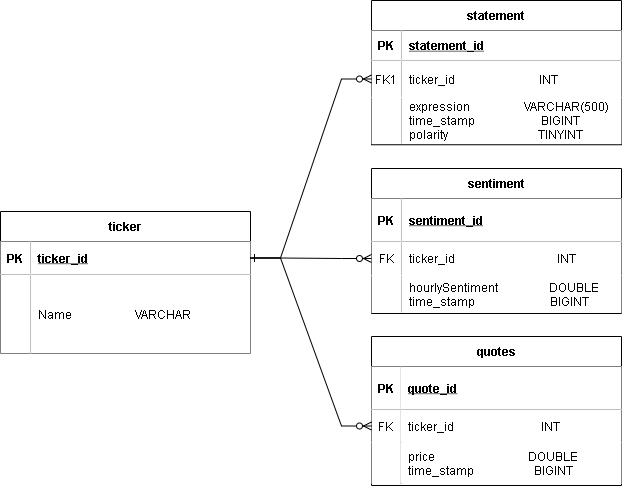
Earlier version of the draw.io export readme_resources/DB_Scheme.png (jonreesman/watch-dog). Source tidied: cells renumbered, new cells last; positions are measured from the earlier drawing's top-left corner, leaving out a move shared by most shapes.
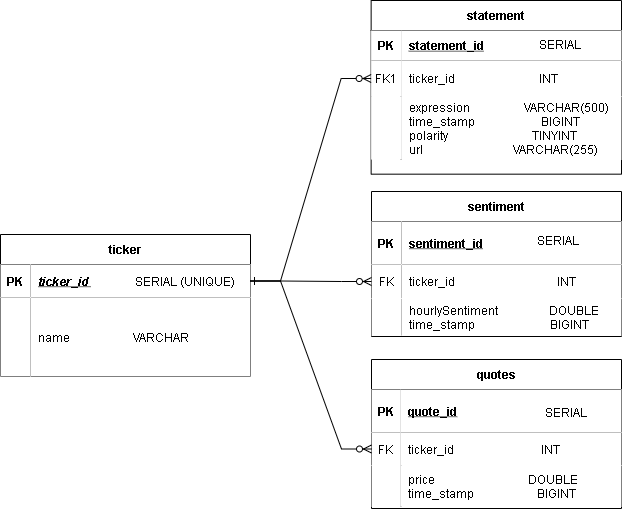
The same file after the commit.

Diff of the diagram source:
```diff
@@ -32,7 +32,7 @@
     <mxCell id="11" style="shape=partialRectangle;overflow=hidden;fillColor=default;top=0;left=0;bottom=0;right=0;hachureGap=4;" parent="10" vertex="1">
       <mxGeometry width="29.3" height="41" as="geometry" />
     </mxCell>
-    <mxCell id="12" value="price                               DOUBLE&#10;time_stamp                    BIGINT" style="shape=partialRectangle;overflow=hidden;fillColor=default;top=0;left=0;bottom=0;right=0;align=left;spacingLeft=6;hachureGap=4;" parent="10" vertex="1">
+    <mxCell id="12" value="price                               DOUBLE&#10;time_stamp                     BIGINT" style="shape=partialRectangle;overflow=hidden;fillColor=default;top=0;left=0;bottom=0;right=0;align=left;spacingLeft=6;hachureGap=4;" parent="10" vertex="1">
       <mxGeometry x="29.3" width="220.7" height="41" as="geometry" />
     </mxCell>
     <mxCell id="13" value="sentiment" style="shape=table;startSize=30;rowLines=0;fontStyle=1;align=center;hachureGap=4;" parent="2" vertex="1">
@@ -69,34 +69,34 @@
       <mxGeometry width="621" height="353" as="geometry" />
     </mxCell>
     <mxCell id="24" value="statement" style="shape=table;startSize=30;rowLines=0;fontStyle=1;align=center;hachureGap=4;" parent="23" vertex="1">
-      <mxGeometry x="371" width="250" height="144.2" as="geometry" />
+      <mxGeometry x="370.6" y="-23" width="250.4" height="173.7" as="geometry" />
     </mxCell>
     <mxCell id="25" style="shape=partialRectangle;fillColor=none;top=0;left=0;right=0;bottom=1;hachureGap=4;" parent="24" vertex="1">
-      <mxGeometry y="30" width="250" height="30" as="geometry" />
+      <mxGeometry y="30" width="250.4" height="30" as="geometry" />
     </mxCell>
     <mxCell id="26" value="PK" style="shape=partialRectangle;overflow=hidden;fillColor=default;top=0;left=0;bottom=0;right=0;fontStyle=1;hachureGap=4;" parent="25" vertex="1">
       <mxGeometry width="30" height="30" as="geometry" />
     </mxCell>
     <mxCell id="27" value="statement_id" style="shape=partialRectangle;overflow=hidden;fillColor=default;top=0;left=0;bottom=0;right=0;align=left;spacingLeft=6;fontStyle=5;hachureGap=4;" parent="25" vertex="1">
-      <mxGeometry x="30" width="220" height="30" as="geometry" />
+      <mxGeometry x="30" width="220.4" height="30" as="geometry" />
     </mxCell>
     <mxCell id="28" style="shape=partialRectangle;fillColor=none;points=[[0,0.5],[1,0.5]];portConstraint=eastwest;top=0;left=0;right=0;bottom=0;hachureGap=4;" parent="24" vertex="1">
-      <mxGeometry y="60" width="250" height="37" as="geometry" />
+      <mxGeometry y="60" width="250.4" height="36" as="geometry" />
     </mxCell>
     <mxCell id="29" value="FK1" style="shape=partialRectangle;overflow=hidden;fillColor=default;top=0;left=0;bottom=0;right=0;hachureGap=4;" parent="28" vertex="1">
-      <mxGeometry width="30" height="37" as="geometry" />
+      <mxGeometry width="30" height="36" as="geometry" />
     </mxCell>
     <mxCell id="30" value="ticker_id                            INT " style="shape=partialRectangle;overflow=hidden;fillColor=default;top=0;left=0;bottom=0;right=0;align=left;spacingLeft=6;hachureGap=4;" parent="28" vertex="1">
-      <mxGeometry x="30" width="220" height="37" as="geometry" />
+      <mxGeometry x="30" width="220.4" height="36" as="geometry" />
     </mxCell>
     <mxCell id="31" style="shape=partialRectangle;fillColor=none;top=0;left=0;right=0;bottom=0;hachureGap=4;" parent="24" vertex="1">
-      <mxGeometry y="97" width="250" height="46" as="geometry" />
+      <mxGeometry y="96" width="250.4" height="63" as="geometry" />
     </mxCell>
     <mxCell id="32" style="shape=partialRectangle;overflow=hidden;fillColor=default;top=0;left=0;bottom=0;right=0;hachureGap=4;" parent="31" vertex="1">
-      <mxGeometry width="30" height="46" as="geometry" />
+      <mxGeometry width="30" height="63" as="geometry" />
     </mxCell>
-    <mxCell id="33" value="expression                  VARCHAR(500)      &#10;time_stamp                      BIGINT       &#10;polarity                              TINYINT   " style="shape=partialRectangle;overflow=hidden;fillColor=default;top=0;left=0;bottom=0;right=0;align=left;spacingLeft=6;hachureGap=4;" parent="31" vertex="1">
-      <mxGeometry x="30" width="220" height="46" as="geometry" />
+    <mxCell id="33" value="expression                  VARCHAR(500)      &#10;time_stamp                      BIGINT       &#10;polarity                            TINYINT&#10;url                              VARCHAR(255)   " style="shape=partialRectangle;overflow=hidden;fillColor=default;top=0;left=0;bottom=0;right=0;align=left;spacingLeft=6;hachureGap=4;" parent="31" vertex="1">
+      <mxGeometry x="30" width="220.4" height="63" as="geometry" />
     </mxCell>
     <mxCell id="34" value="ticker" style="shape=table;startSize=30;rowLines=0;fontStyle=1;align=center;hachureGap=4;" parent="23" vertex="1">
       <mxGeometry y="211" width="250" height="142" as="geometry" />
@@ -107,7 +107,7 @@
     <mxCell id="36" value="PK" style="shape=partialRectangle;overflow=hidden;fillColor=default;top=0;left=0;bottom=0;right=0;fontStyle=1;hachureGap=4;" parent="35" vertex="1">
       <mxGeometry width="30" height="33" as="geometry" />
     </mxCell>
-    <mxCell id="37" value="ticker_id" style="shape=partialRectangle;overflow=hidden;fillColor=default;top=0;left=0;bottom=0;right=0;align=left;spacingLeft=6;fontStyle=5;hachureGap=4;" parent="35" vertex="1">
+    <mxCell id="37" value="ticker_id " style="shape=partialRectangle;overflow=hidden;fillColor=default;top=0;left=0;bottom=0;right=0;align=left;spacingLeft=6;fontStyle=7;hachureGap=4;" parent="35" vertex="1">
       <mxGeometry x="30" width="220" height="33" as="geometry" />
     </mxCell>
     <mxCell id="38" style="shape=partialRectangle;fillColor=none;top=0;left=0;right=0;bottom=0;hachureGap=4;" parent="34" vertex="1">
@@ -116,17 +116,29 @@
     <mxCell id="39" style="shape=partialRectangle;overflow=hidden;fillColor=default;top=0;left=0;bottom=0;right=0;hachureGap=4;" parent="38" vertex="1">
       <mxGeometry width="30" height="79" as="geometry" />
     </mxCell>
-    <mxCell id="40" value="Name                     VARCHAR" style="shape=partialRectangle;overflow=hidden;fillColor=default;top=0;left=0;bottom=0;right=0;align=left;spacingLeft=6;hachureGap=4;" parent="38" vertex="1">
+    <mxCell id="40" value="name                     VARCHAR" style="shape=partialRectangle;overflow=hidden;fillColor=default;top=0;left=0;bottom=0;right=0;align=left;spacingLeft=6;hachureGap=4;" parent="38" vertex="1">
       <mxGeometry x="30" width="220" height="79" as="geometry" />
     </mxCell>
     <mxCell id="41" style="edgeStyle=entityRelationEdgeStyle;endArrow=ERzeroToMany;startArrow=ERone;endFill=1;startFill=0;rounded=0;" parent="23" edge="1" source="35" target="28">
       <mxGeometry relative="1" as="geometry" />
     </mxCell>
+    <mxCell id="44" value="SERIAL (UNIQUE)" style="text;html=1;strokeColor=none;fillColor=none;align=center;verticalAlign=middle;whiteSpace=wrap;rounded=0;" parent="23" vertex="1">
+      <mxGeometry x="131" y="243" width="107" height="30" as="geometry" />
+    </mxCell>
+    <mxCell id="45" value="SERIAL" style="text;html=1;strokeColor=none;fillColor=none;align=center;verticalAlign=middle;whiteSpace=wrap;rounded=0;" parent="23" vertex="1">
+      <mxGeometry x="506" y="6" width="107" height="30" as="geometry" />
+    </mxCell>
     <mxCell id="42" style="edgeStyle=entityRelationEdgeStyle;endArrow=ERzeroToMany;startArrow=ERone;endFill=1;startFill=0;rounded=0;exitX=1;exitY=0.5;exitDx=0;exitDy=0;entryX=0;entryY=0.5;entryDx=0;entryDy=0;" parent="2" edge="1" source="35" target="17">
       <mxGeometry relative="1" as="geometry" />
     </mxCell>
     <mxCell id="43" style="edgeStyle=entityRelationEdgeStyle;endArrow=ERzeroToMany;startArrow=ERone;endFill=1;startFill=0;rounded=0;entryX=0;entryY=0.5;entryDx=0;entryDy=0;exitX=1;exitY=0.5;exitDx=0;exitDy=0;" parent="2" edge="1" source="35" target="7">
       <mxGeometry relative="1" as="geometry" />
     </mxCell>
+    <mxCell id="46" value="SERIAL" style="text;html=1;strokeColor=none;fillColor=none;align=center;verticalAlign=middle;whiteSpace=wrap;rounded=0;" parent="2" vertex="1">
+      <mxGeometry x="504" y="202" width="107" height="30" as="geometry" />
+    </mxCell>
+    <mxCell id="47" value="SERIAL" style="text;html=1;strokeColor=none;fillColor=none;align=center;verticalAlign=middle;whiteSpace=wrap;rounded=0;" parent="2" vertex="1">
+      <mxGeometry x="512" y="374" width="107" height="30" as="geometry" />
+    </mxCell>
   </root>
 </mxGraphModel>
```
